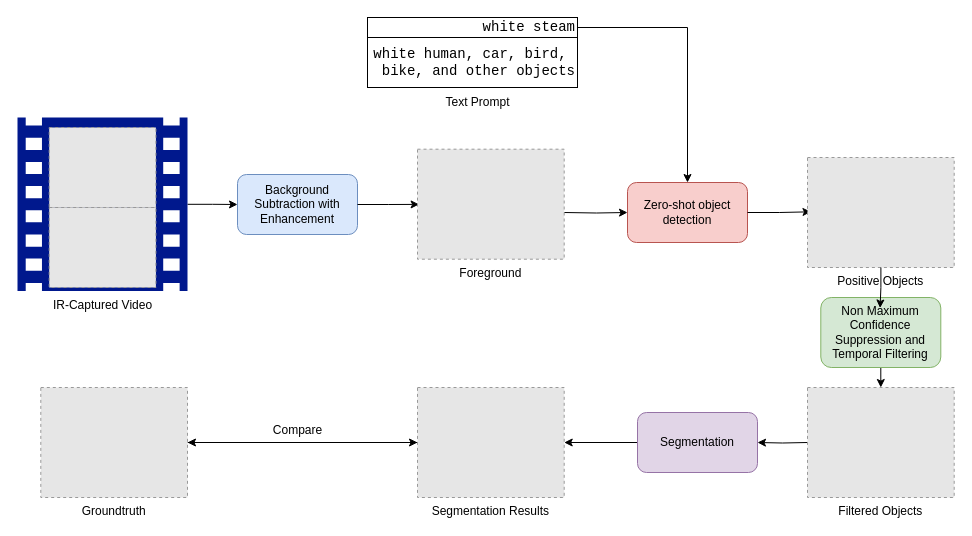
Before: Untitled Diagram.drawio in weathon/grounding_mog, a draw.io diagram. Source tidied: cells renumbered, new cells numbered last; positions are measured from the earlier drawing's top-left corner, leaving out a move shared by most shapes. Both pictures are drawn from the tidied source at 100%, with x=0, y=0 at pixel (17, 17). Pictures stored in the file or linked from it are replaced by grey dashed boxes.
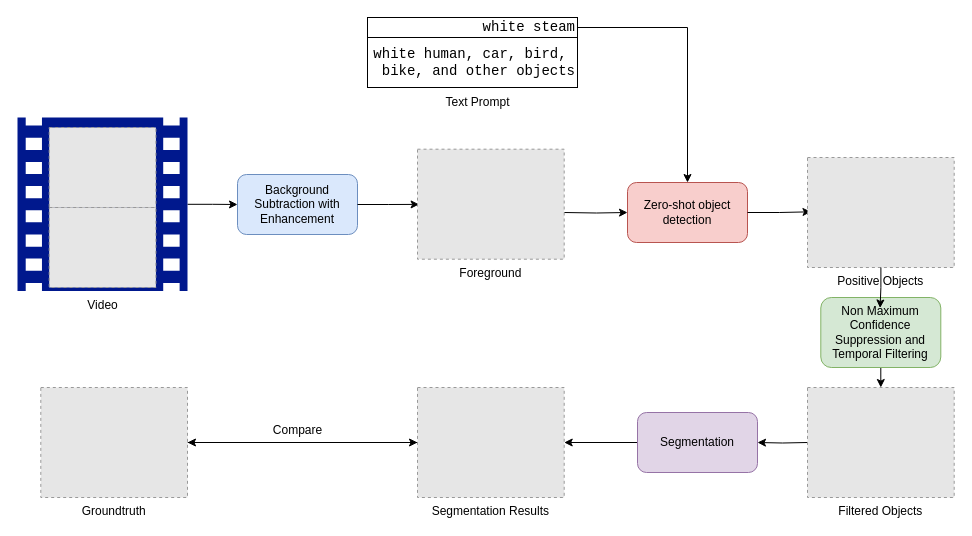
After the change.

The edit, as a diff of the source:
```diff
@@
-    <mxCell id="3" value="IR-Captured Video" style="sketch=0;shadow=0;dashed=0;html=1;strokeColor=none;labelPosition=center;verticalLabelPosition=bottom;verticalAlign=top;align=center;fillColor=#00188D;shape=mxgraph.mscae.general.video;" parent="1" vertex="1">
+    <mxCell id="3" value="Video" style="sketch=0;shadow=0;dashed=0;html=1;strokeColor=none;labelPosition=center;verticalLabelPosition=bottom;verticalAlign=top;align=center;fillColor=#00188D;shape=mxgraph.mscae.general.video;" parent="1" vertex="1">
       <mxGeometry y="100" width="170" height="173.5" as="geometry" />
     </mxCell>
```
